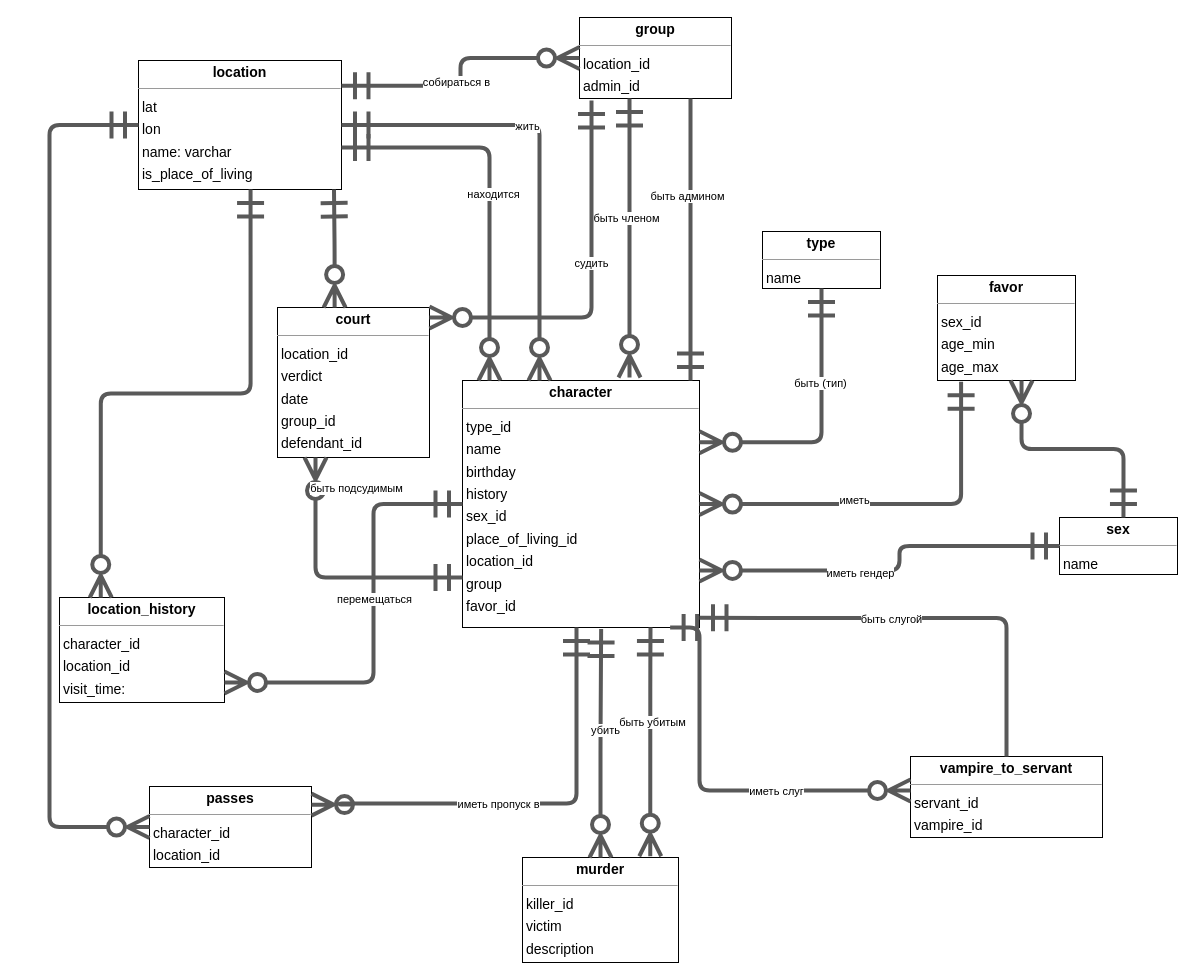
This is ИМ.drawio from PEA-bHblE-Pb-P/course_work, a draw.io file, before an edit. Source tidied: cells renumbered, new cells numbered last; positions are measured from the earlier drawing's top-left corner, leaving out a move shared by most shapes. Both pictures are drawn from the tidied source at 100%, with x=0, y=0 at pixel (49, 17).
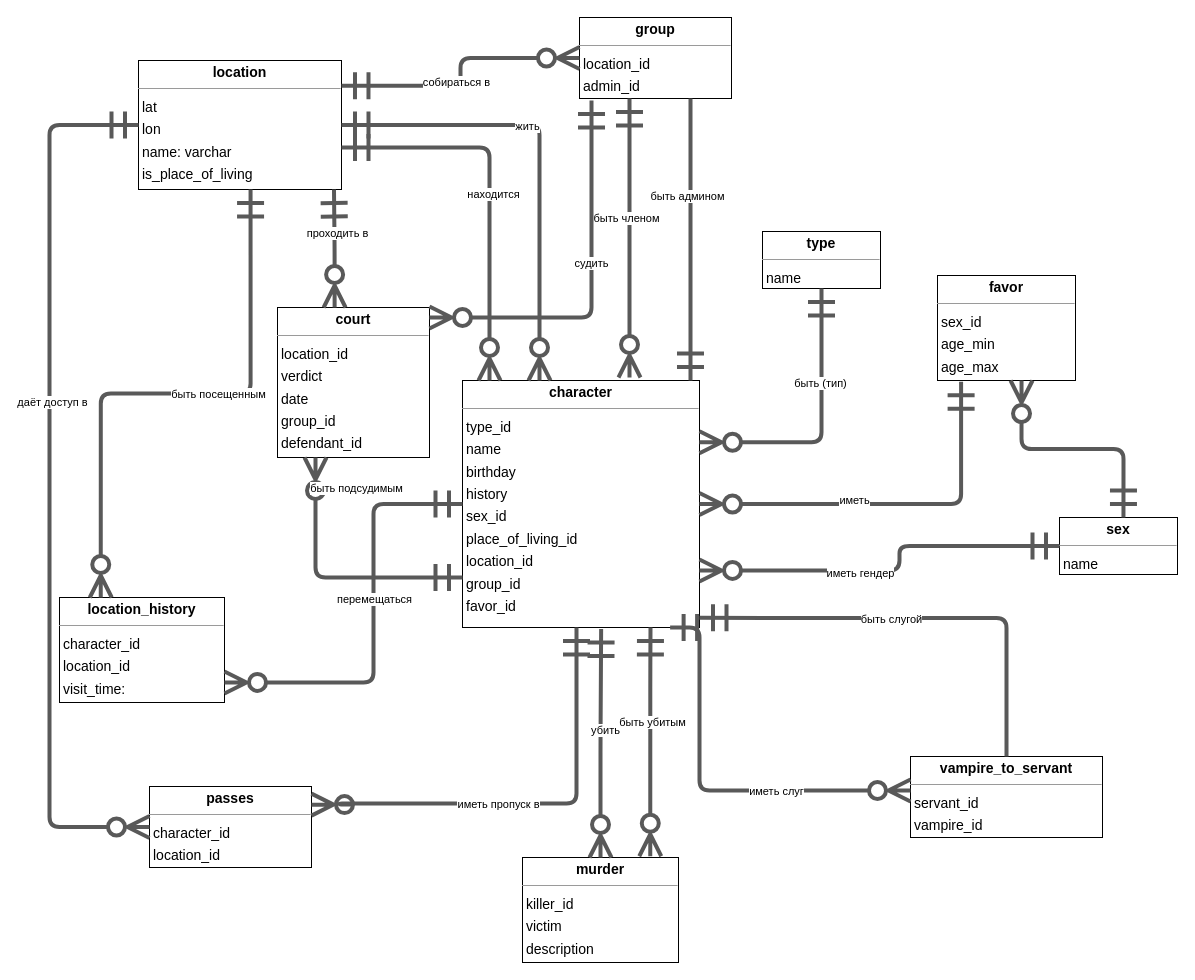
After the change.

Unchanged cells that the change refers to:
```xml
<mxCell id="25" style="html=1;rounded=1;edgeStyle=orthogonalEdgeStyle;dashed=0;startArrow=ERzeroToMany;endArrow=ERmandOne;endSize=22;strokeColor=#595959;exitX=0.376;exitY=0.001;exitDx=0;exitDy=0;entryX=0.963;entryY=1.000;entryDx=0;entryDy=0;startSize=17;strokeWidth=4;startFill=0;endFill=0;" parent="1" edge="1" source="3" target="6">
  <mxGeometry relative="1" as="geometry" />
</mxCell>
<mxCell id="33" style="html=1;rounded=1;edgeStyle=orthogonalEdgeStyle;dashed=0;startArrow=ERzeroToMany;endArrow=ERmandOne;endSize=22;strokeColor=#595959;exitX=0.25;exitY=0;exitDx=0;exitDy=0;entryX=0.552;entryY=1.000;entryDx=0;entryDy=0;startFill=0;startSize=17;endFill=0;strokeWidth=4;" parent="1" edge="1" source="7" target="6">
  <mxGeometry relative="1" as="geometry" />
</mxCell>
<mxCell id="40" style="html=1;rounded=1;edgeStyle=orthogonalEdgeStyle;dashed=0;startArrow=ERzeroToMany;endArrow=ERmandOne;endSize=22;strokeColor=#595959;exitX=0.000;exitY=0.500;exitDx=0;exitDy=0;entryX=0;entryY=0.5;entryDx=0;entryDy=0;startFill=0;startSize=17;endFill=0;strokeWidth=4;" parent="1" edge="1" source="9" target="6">
  <mxGeometry relative="1" as="geometry">
    <Array as="points">
      <mxPoint y="809" />
      <mxPoint y="108" />
    </Array>
  </mxGeometry>
</mxCell>
```

The edit, as a diff of the source:
```diff
@@
-    <mxCell id="2" value="&lt;p style=&quot;margin:0px;margin-top:4px;text-align:center;&quot;&gt;&lt;b&gt;character&lt;/b&gt;&lt;/p&gt;&lt;hr size=&quot;1&quot;&gt;&lt;p style=&quot;margin:0 0 0 4px;line-height:1.6;&quot;&gt; type_id&lt;br&gt; name  &lt;br&gt; birthday  &lt;br&gt; history&lt;br&gt; sex_id&lt;br&gt; place_of_living_id&lt;br&gt; location_id&lt;br&gt; group&lt;br&gt; favor_id  &lt;/p&gt;" style="verticalAlign=top;align=left;overflow=fill;fontSize=14;fontFamily=Helvetica;html=1;rounded=0;shadow=0;comic=0;labelBackgroundColor=none;strokeWidth=1;" parent="1" vertex="1">
+    <mxCell id="2" value="&lt;p style=&quot;margin: 0px ; margin-top: 4px ; text-align: center&quot;&gt;&lt;b&gt;character&lt;/b&gt;&lt;/p&gt;&lt;hr size=&quot;1&quot;&gt;&lt;p style=&quot;margin: 0 0 0 4px ; line-height: 1.6&quot;&gt; type_id&lt;br&gt; name  &lt;br&gt; birthday  &lt;br&gt; history&lt;br&gt; sex_id&lt;br&gt; place_of_living_id&lt;br&gt; location_id&lt;br&gt; group_id&lt;br&gt; favor_id  &lt;/p&gt;" style="verticalAlign=top;align=left;overflow=fill;fontSize=14;fontFamily=Helvetica;html=1;rounded=0;shadow=0;comic=0;labelBackgroundColor=none;strokeWidth=1;" parent="1" vertex="1">
       <mxGeometry x="413" y="363" width="237" height="247" as="geometry" />
     </mxCell>
@@
+    <mxCell id="49" value="проходить в" style="edgeLabel;html=1;align=center;verticalAlign=middle;" parent="25" vertex="1">
+      <mxGeometry x="0.27" y="-3" relative="1" as="geometry" />
+    </mxCell>
@@
+    <mxCell id="50" value="быть посещенным" style="edgeLabel;html=1;align=center;verticalAlign=middle;" parent="33" vertex="1">
+      <mxGeometry x="0.15" relative="1" as="geometry" />
+    </mxCell>
@@
+    <mxCell id="51" value="&lt;div&gt;даёт доступ в&lt;/div&gt;" style="edgeLabel;html=1;align=center;verticalAlign=middle;" parent="40" vertex="1">
+      <mxGeometry x="0.18" y="-2" relative="1" as="geometry">
+        <mxPoint y="1" as="offset" />
+      </mxGeometry>
+    </mxCell>
```
